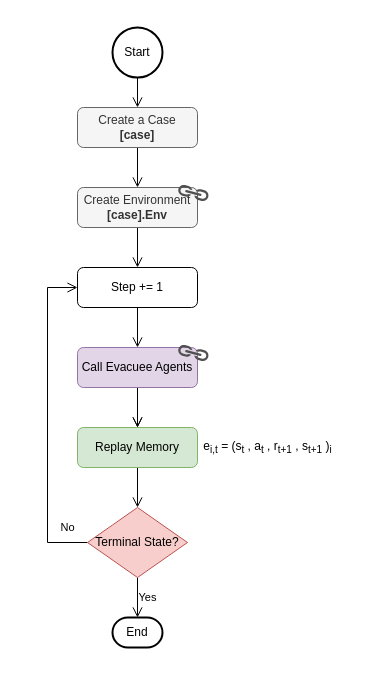
The draw.io diagram page "Model" (5 of 5) of new_model/man/EvacuationFlow.drawio in erick2307/tsuevac, before the edit. Source tidied: cells renumbered, new cells numbered last; positions are measured from the earlier drawing's top-left corner, leaving out a move shared by most shapes. Both pictures are drawn from the tidied source at 100%, with x=0, y=0 at pixel (47, 27).
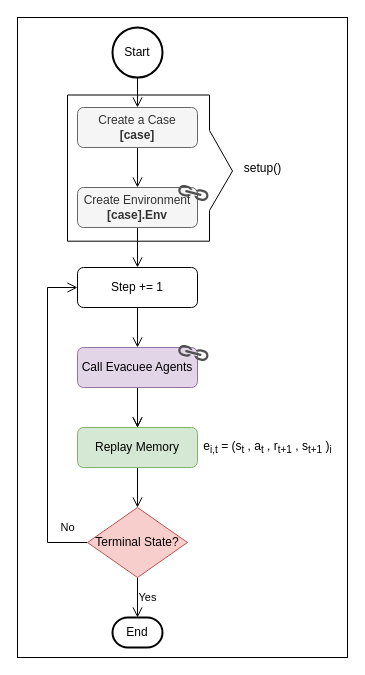
The same diagram, later.

Commit message (it also covers changes not shown here):
Update Model setup()

Diff of the diagram source:
```diff
@@
+    <mxCell id="22" style="rounded=0;whiteSpace=wrap;html=1;shadow=0;glass=0;strokeWidth=1;fillColor=default;" parent="1" vertex="1">
+      <mxGeometry x="-30" y="-10" width="330" height="640" as="geometry" />
+    </mxCell>
+    <mxCell id="23" style="shape=callout;whiteSpace=wrap;html=1;perimeter=calloutPerimeter;position2=0.48;base=80;size=23;position=0.21;rotation=-90;" parent="1" vertex="1">
+      <mxGeometry x="29.4" y="58.1" width="146.2" height="165" as="geometry" />
+    </mxCell>
@@
+    <mxCell id="24" value="setup()" style="text;html=1;align=center;verticalAlign=middle;strokeColor=none;fillColor=none;" parent="1" vertex="1">
+      <mxGeometry x="190" y="130.6" width="50" height="20" as="geometry" />
+    </mxCell>
```
